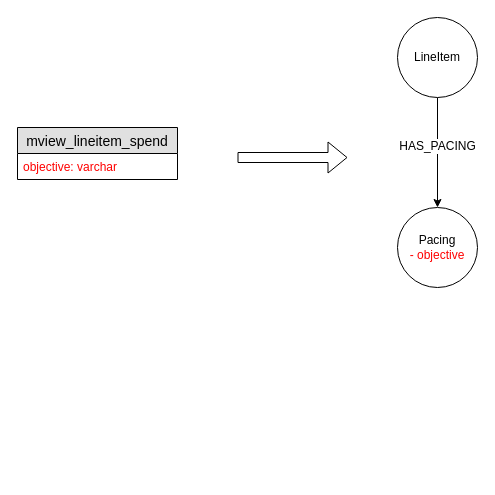
Earlier version of the draw.io diagram Untitled Diagram.drawio (mengdage/project-diagram). Source tidied: cells renumbered, new cells numbered last; positions are measured from the earlier drawing's top-left corner, leaving out a move shared by most shapes. Both pictures are drawn from the tidied source at 100%, with x=0, y=0 at pixel (17, 17).
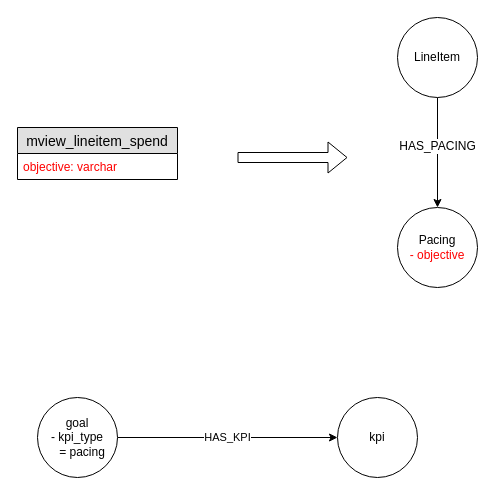
After the change.

Diff of the diagram source:
```diff
@@
 <mxGraphModel>
   <root>
     <mxCell id="0" />
     <mxCell id="1" parent="0" />
     <mxCell id="2" style="rounded=0;jettySize=auto;html=1;" parent="1" edge="1" source="4" target="5">
       <mxGeometry relative="1" as="geometry" />
     </mxCell>
     <mxCell id="3" value="HAS_PACING" style="text;html=1;align=center;verticalAlign=middle;labelBackgroundColor=#ffffff;" parent="2" vertex="1">
       <mxGeometry x="-0.12" y="-1" relative="1" as="geometry" />
     </mxCell>
     <mxCell id="4" value="LineItem" style="ellipse;whiteSpace=wrap;html=1;" parent="1" vertex="1">
       <mxGeometry x="380" width="80" height="80" as="geometry" />
     </mxCell>
     <mxCell id="5" value="Pacing&lt;br&gt;&lt;font color=&quot;#ff0000&quot;&gt;- objective&lt;/font&gt;&lt;br&gt;" style="ellipse;whiteSpace=wrap;html=1;" parent="1" vertex="1">
       <mxGeometry x="380" y="190" width="80" height="80" as="geometry" />
     </mxCell>
     <mxCell id="6" value="mview_lineitem_spend" style="swimlane;fontStyle=0;horizontal=1;startSize=26;fillColor=#e0e0e0;swimlaneFillColor=#ffffff;align=center;fontSize=14;" parent="1" vertex="1">
       <mxGeometry y="110" width="160" height="52" as="geometry" />
     </mxCell>
     <mxCell id="7" value="objective: varchar" style="text;strokeColor=none;fillColor=none;spacingLeft=4;spacingRight=4;overflow=hidden;fontSize=12;fontColor=#FF0000;" parent="6" vertex="1">
       <mxGeometry y="26" width="160" height="26" as="geometry" />
     </mxCell>
     <mxCell id="8" style="shape=flexArrow;endArrow=classic;html=1;" parent="1" edge="1">
       <mxGeometry relative="1" as="geometry">
         <mxPoint x="220" y="140" as="sourcePoint" />
         <mxPoint x="330" y="140" as="targetPoint" />
       </mxGeometry>
     </mxCell>
+    <mxCell id="9" value="HAS_KPI" style="edgeStyle=orthogonalEdgeStyle;rounded=0;jettySize=auto;html=1;" parent="1" edge="1" source="10" target="11">
+      <mxGeometry relative="1" as="geometry" />
+    </mxCell>
+    <mxCell id="10" value="goal&lt;br&gt;- kpi_type&lt;br&gt;&amp;nbsp; &amp;nbsp;= pacing&lt;br&gt;" style="ellipse;whiteSpace=wrap;html=1;" parent="1" vertex="1">
+      <mxGeometry x="20" y="380" width="80" height="80" as="geometry" />
+    </mxCell>
+    <mxCell id="11" value="kpi" style="ellipse;whiteSpace=wrap;html=1;" parent="1" vertex="1">
+      <mxGeometry x="320" y="380" width="80" height="80" as="geometry" />
+    </mxCell>
   </root>
 </mxGraphModel>
```
